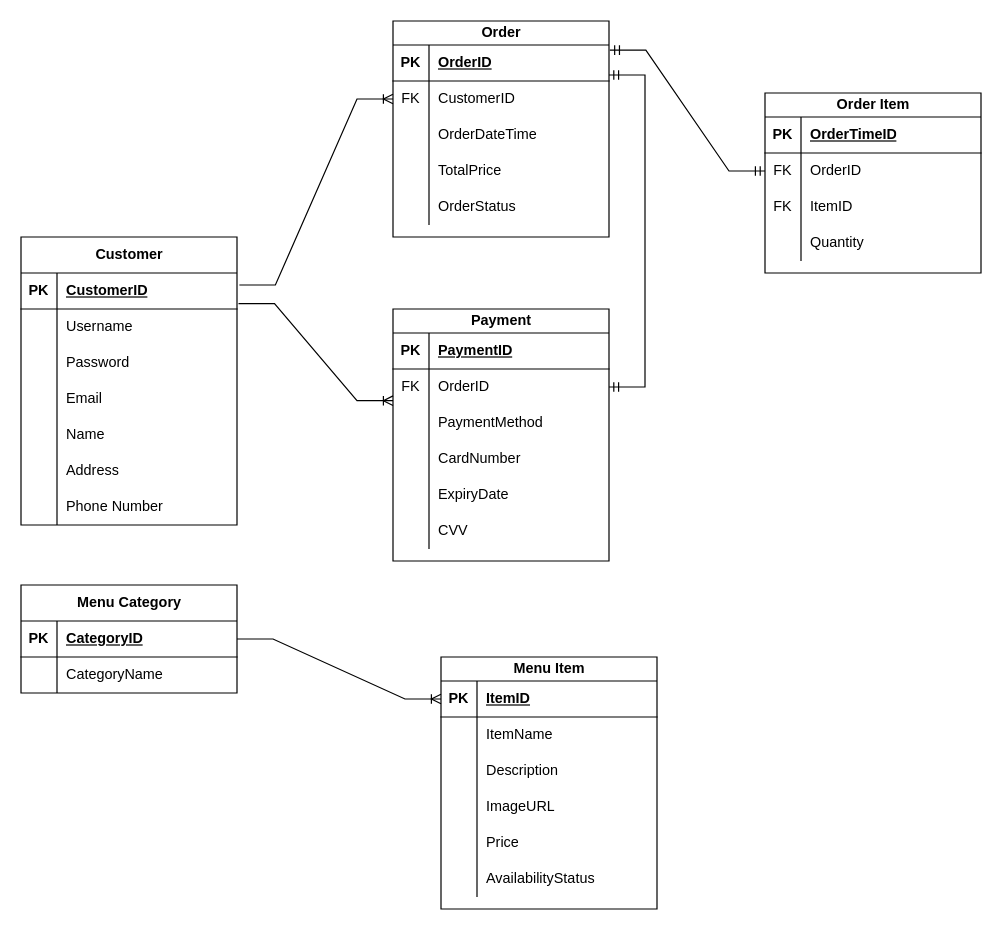
This is ERD.drawio from Abdullah-Usmani/food-dniCW, a draw.io file, before an edit. Source tidied: cells renumbered, new cells numbered last; positions are measured from the earlier drawing's top-left corner, leaving out a move shared by most shapes. Both pictures are drawn from the tidied source at 120%, with x=0, y=0 at pixel (20, 20).
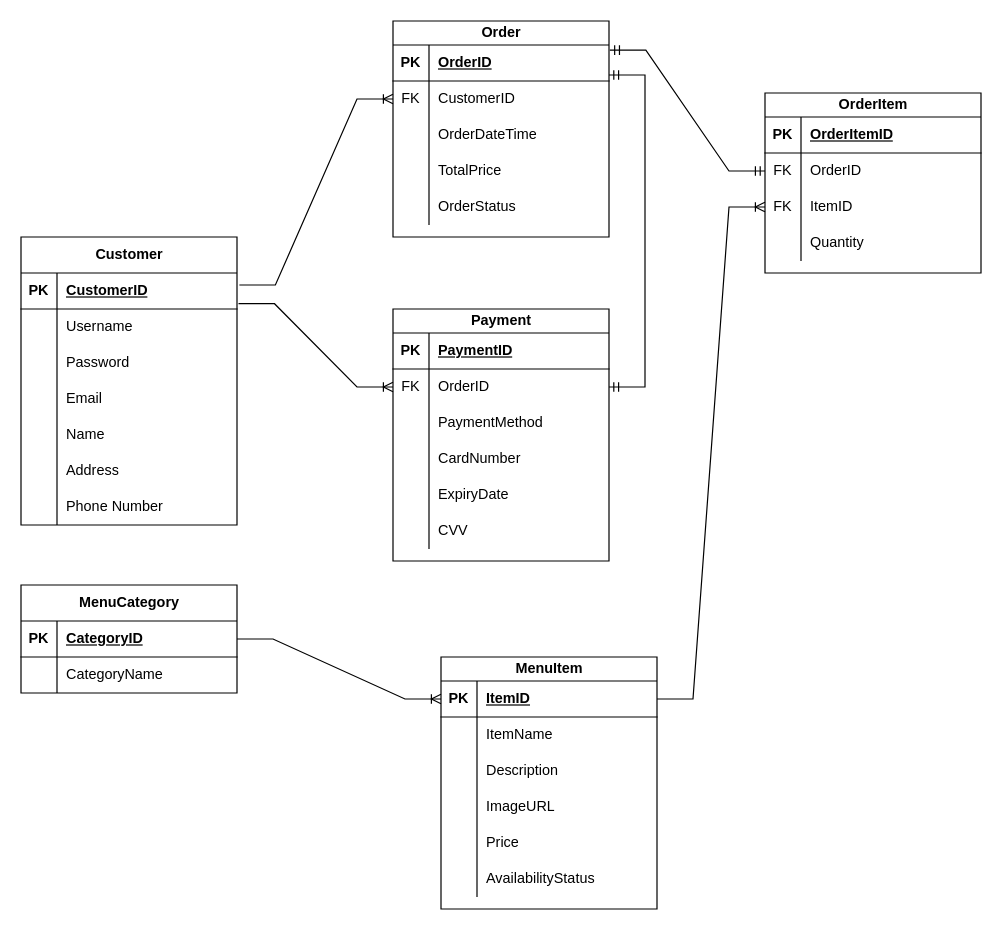
The same diagram, later.

Unchanged cells that the change refers to:
```xml
<mxCell id="3" style="shape=tableRow;horizontal=0;startSize=0;swimlaneHead=0;swimlaneBody=0;fillColor=none;points=[[0,0.5],[1,0.5]];portConstraint=eastwest;top=0;left=0;right=0;bottom=1;" parent="2" vertex="1">
  <mxGeometry y="30" width="180" height="30" as="geometry" />
</mxCell>
<mxCell id="32" style="shape=tableRow;horizontal=0;startSize=0;swimlaneHead=0;swimlaneBody=0;fillColor=none;points=[[0,0.5],[1,0.5]];portConstraint=eastwest;top=0;left=0;right=0;bottom=1;" parent="31" vertex="1">
  <mxGeometry y="20" width="180" height="30" as="geometry" />
</mxCell>
<mxCell id="67" style="shape=tableRow;horizontal=0;startSize=0;swimlaneHead=0;swimlaneBody=0;fillColor=none;top=0;left=0;right=0;bottom=1;" parent="66" vertex="1">
  <mxGeometry y="20" width="180" height="30" as="geometry" />
</mxCell>
<mxCell id="73" style="shape=tableRow;horizontal=0;startSize=0;swimlaneHead=0;swimlaneBody=0;fillColor=none;points=[[0,0.5],[1,0.5]];portConstraint=eastwest;top=0;left=0;right=0;bottom=0;" parent="66" vertex="1">
  <mxGeometry y="80" width="180" height="30" as="geometry" />
</mxCell>
<mxCell id="83" style="shape=tableRow;horizontal=0;startSize=0;swimlaneHead=0;swimlaneBody=0;fillColor=none;points=[[0,0.5],[1,0.5]];portConstraint=eastwest;top=0;left=0;right=0;bottom=0;" parent="79" vertex="1">
  <mxGeometry y="50" width="180" height="30" as="geometry" />
</mxCell>
```

Diff of the diagram source:
```diff
@@
-    <mxCell id="24" value="Menu Category" style="shape=table;startSize=30;childLayout=tableLayout;rowLines=0;fontStyle=1;align=center;html=1;" parent="1" vertex="1">
+    <mxCell id="24" value="MenuCategory" style="shape=table;startSize=30;childLayout=tableLayout;rowLines=0;fontStyle=1;align=center;html=1;" parent="1" vertex="1">
       <mxGeometry y="470" width="180" height="90" as="geometry" />
     </mxCell>
@@
-    <mxCell id="31" value="Menu Item" style="shape=table;startSize=20;childLayout=tableLayout;rowLines=0;fontStyle=1;align=center;html=1;" parent="1" vertex="1">
+    <mxCell id="31" value="MenuItem" style="shape=table;startSize=20;childLayout=tableLayout;rowLines=0;fontStyle=1;align=center;html=1;" parent="1" vertex="1">
       <mxGeometry x="350" y="530" width="180" height="210" as="geometry" />
     </mxCell>
@@
-    <mxCell id="66" value="Order Item" style="shape=table;startSize=20;childLayout=tableLayout;rowLines=0;fontStyle=1;align=center;html=1;" parent="1" vertex="1">
+    <mxCell id="66" value="OrderItem" style="shape=table;startSize=20;childLayout=tableLayout;rowLines=0;fontStyle=1;align=center;html=1;" parent="1" vertex="1">
       <mxGeometry x="620" y="60" width="180" height="150" as="geometry" />
     </mxCell>
@@
-    <mxCell id="69" value="OrderTimeID" style="shape=partialRectangle;fillColor=none;top=0;left=0;bottom=0;right=0;align=left;spacingLeft=6;fontStyle=5;overflow=hidden;whiteSpace=wrap;html=1;" parent="67" vertex="1">
+    <mxCell id="69" value="OrderItemID" style="shape=partialRectangle;fillColor=none;top=0;left=0;bottom=0;right=0;align=left;spacingLeft=6;fontStyle=5;overflow=hidden;whiteSpace=wrap;html=1;" parent="67" vertex="1">
       <mxGeometry x="30" width="150" height="30" as="geometry" />
     </mxCell>
@@
-    <mxCell id="100" style="edgeStyle=entityRelationEdgeStyle;fontSize=12;html=1;endArrow=ERoneToMany;rounded=0;exitX=1.007;exitY=0.853;exitDx=0;exitDy=0;entryX=0;entryY=0.88;entryDx=0;entryDy=0;exitPerimeter=0;entryPerimeter=0;" parent="1" edge="1" source="3" target="83">
+    <mxCell id="100" style="edgeStyle=entityRelationEdgeStyle;fontSize=12;html=1;endArrow=ERoneToMany;rounded=0;exitX=1.007;exitY=0.853;exitDx=0;exitDy=0;entryX=0;entryY=0.5;entryDx=0;entryDy=0;exitPerimeter=0;" parent="1" edge="1" source="3" target="83">
       <mxGeometry relative="1" as="geometry" />
     </mxCell>
@@
+    <mxCell id="103" style="edgeStyle=entityRelationEdgeStyle;fontSize=12;html=1;endArrow=ERoneToMany;rounded=0;exitX=1;exitY=0.5;exitDx=0;exitDy=0;entryX=0;entryY=0.5;entryDx=0;entryDy=0;" parent="1" edge="1" source="32" target="73">
+      <mxGeometry relative="1" as="geometry" />
+    </mxCell>
```
